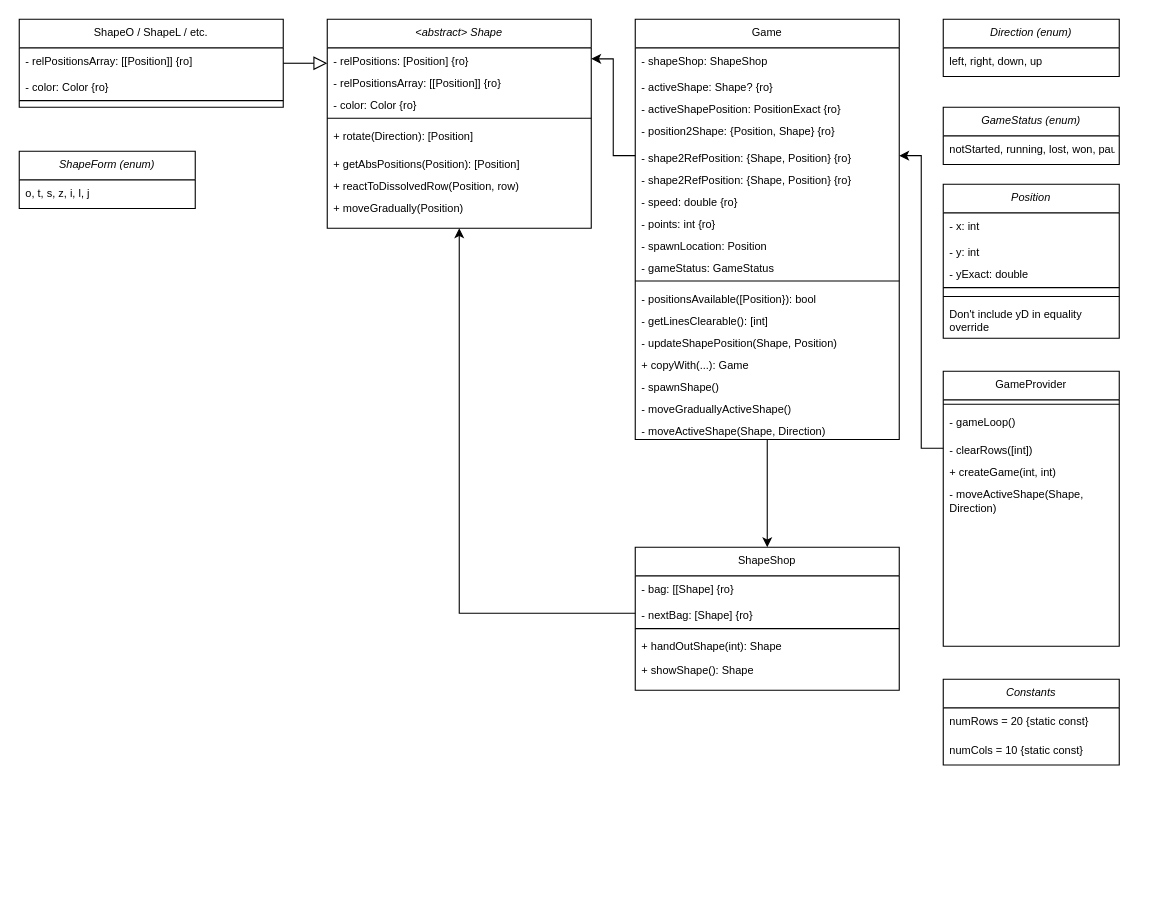
Above: documentation/classes.drawio in AUSoft-Kassel/tetris (draw.io), before the change. Source tidied: cells renumbered, new cells numbered last; positions are measured from the earlier drawing's top-left corner, leaving out a move shared by most shapes. Both pictures are drawn from the tidied source at 110%, with x=0, y=0 at pixel (19, 19).
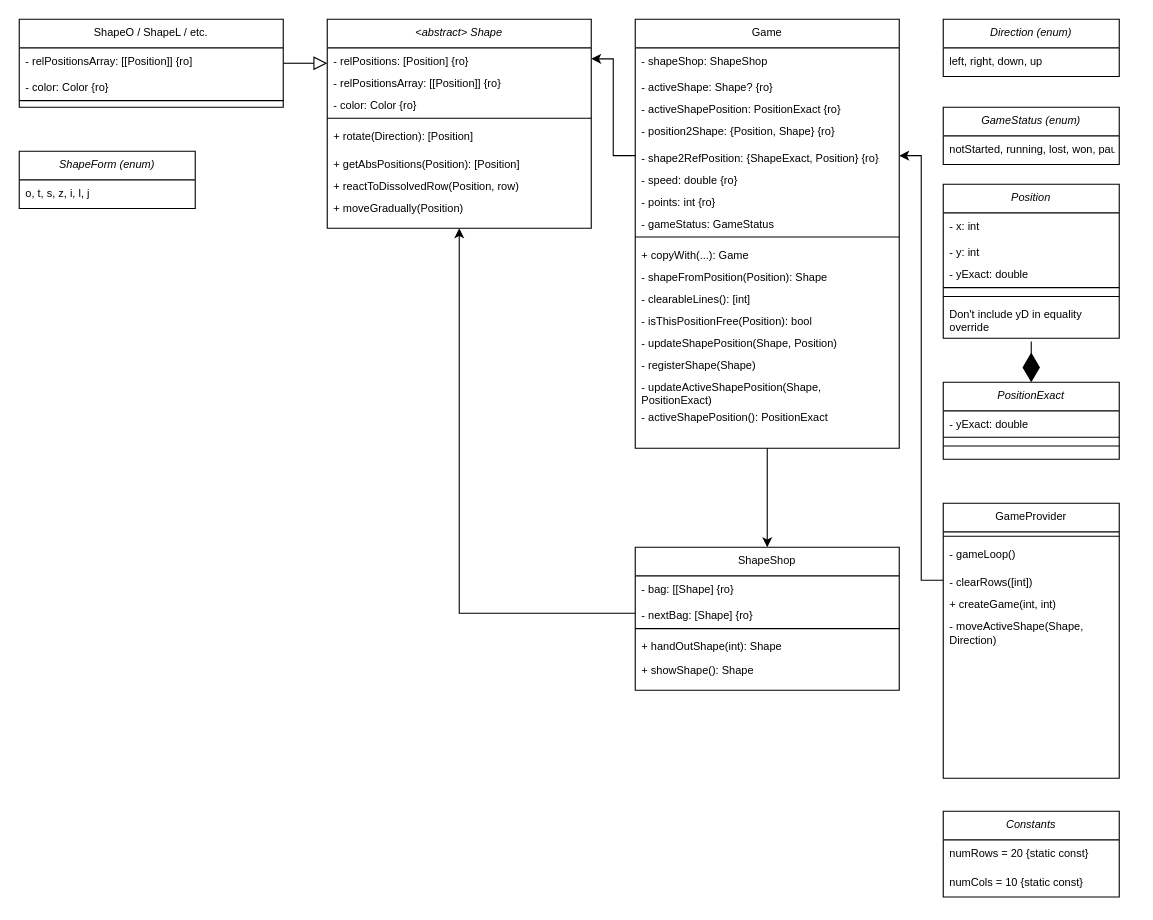
After the change.

Commit message:
classes schema

Change to the diagram source:
```diff
@@
     <mxCell id="19" value="Game" style="swimlane;fontStyle=0;align=center;verticalAlign=top;horizontal=1;startSize=26;rounded=0;shadow=0;strokeWidth=1;fontSize=10;" parent="1" vertex="1">
-      <mxGeometry x="560" width="240" height="382" as="geometry" />
+      <mxGeometry x="560" width="240" height="390" as="geometry" />
     </mxCell>
@@
-    <mxCell id="24" value="- shape2RefPosition: {Shape, Position} {ro}" style="text;align=left;verticalAlign=top;spacingLeft=4;spacingRight=4;overflow=hidden;points=[[0,0.5],[1,0.5]];portConstraint=eastwest;fontSize=10;" parent="19" vertex="1">
+    <mxCell id="24" value="- shape2RefPosition: {ShapeExact, Position} {ro}" style="text;align=left;verticalAlign=top;spacingLeft=4;spacingRight=4;overflow=hidden;points=[[0,0.5],[1,0.5]];portConstraint=eastwest;fontSize=10;" parent="19" vertex="1">
       <mxGeometry y="114" width="240" height="20" as="geometry" />
     </mxCell>
-    <mxCell id="25" value="- shape2RefPosition: {Shape, Position} {ro}" style="text;align=left;verticalAlign=top;spacingLeft=4;spacingRight=4;overflow=hidden;fontSize=10;" parent="19" vertex="1">
-      <mxGeometry y="134" width="240" height="20" as="geometry" />
-    </mxCell>
     <mxCell id="26" value="- speed: double {ro}" style="text;align=left;verticalAlign=top;spacingLeft=4;spacingRight=4;overflow=hidden;rounded=0;shadow=0;html=0;fontSize=10;" parent="19" vertex="1">
-      <mxGeometry y="154" width="240" height="20" as="geometry" />
+      <mxGeometry y="134" width="240" height="20" as="geometry" />
     </mxCell>
     <mxCell id="27" value="- points: int {ro}" style="text;align=left;verticalAlign=top;spacingLeft=4;spacingRight=4;overflow=hidden;rounded=0;shadow=0;html=0;fontSize=10;" parent="19" vertex="1">
-      <mxGeometry y="174" width="240" height="20" as="geometry" />
+      <mxGeometry y="154" width="240" height="20" as="geometry" />
     </mxCell>
-    <mxCell id="28" value="- spawnLocation: Position" style="text;align=left;verticalAlign=top;spacingLeft=4;spacingRight=4;overflow=hidden;rounded=0;shadow=0;html=0;fontSize=10;" parent="19" vertex="1">
-      <mxGeometry y="194" width="240" height="20" as="geometry" />
-    </mxCell>
     <mxCell id="29" value="- gameStatus: GameStatus" style="text;align=left;verticalAlign=top;spacingLeft=4;spacingRight=4;overflow=hidden;rounded=0;shadow=0;html=0;fontSize=10;" parent="19" vertex="1">
-      <mxGeometry y="214" width="240" height="20" as="geometry" />
+      <mxGeometry y="174" width="240" height="20" as="geometry" />
     </mxCell>
     <mxCell id="30" style="line;html=1;strokeWidth=1;align=left;verticalAlign=middle;spacingTop=-1;spacingLeft=3;spacingRight=3;labelPosition=right;fontSize=10;" parent="19" vertex="1">
-      <mxGeometry y="234" width="240" height="8" as="geometry" />
+      <mxGeometry y="194" width="240" height="8" as="geometry" />
     </mxCell>
+    <mxCell id="34" value="+ copyWith(...): Game" style="text;align=left;verticalAlign=top;spacingLeft=4;spacingRight=4;overflow=hidden;rounded=0;shadow=0;html=0;fontSize=10;whiteSpace=wrap;" parent="19" vertex="1">
+      <mxGeometry y="202" width="240" height="20" as="geometry" />
+    </mxCell>
-    <mxCell id="31" value="- positionsAvailable([Position}): bool" style="text;align=left;verticalAlign=top;spacingLeft=4;spacingRight=4;overflow=hidden;rounded=0;shadow=0;html=0;fontSize=10;whiteSpace=wrap;" parent="19" vertex="1">
-      <mxGeometry y="242" width="240" height="20" as="geometry" />
+    <mxCell id="31" value="- shapeFromPosition(Position): Shape" style="text;align=left;verticalAlign=top;spacingLeft=4;spacingRight=4;overflow=hidden;rounded=0;shadow=0;html=0;fontSize=10;whiteSpace=wrap;" parent="19" vertex="1">
+      <mxGeometry y="222" width="240" height="20" as="geometry" />
     </mxCell>
-    <mxCell id="32" value="- getLinesClearable(): [int]" style="text;align=left;verticalAlign=top;spacingLeft=4;spacingRight=4;overflow=hidden;rounded=0;shadow=0;html=0;fontSize=10;whiteSpace=wrap;" parent="19" vertex="1">
-      <mxGeometry y="262" width="240" height="20" as="geometry" />
+    <mxCell id="32" value="- clearableLines(): [int]" style="text;align=left;verticalAlign=top;spacingLeft=4;spacingRight=4;overflow=hidden;rounded=0;shadow=0;html=0;fontSize=10;whiteSpace=wrap;" parent="19" vertex="1">
+      <mxGeometry y="242" width="240" height="20" as="geometry" />
     </mxCell>
+    <mxCell id="67" value="- isThisPositionFree(Position): bool" style="text;align=left;verticalAlign=top;spacingLeft=4;spacingRight=4;overflow=hidden;rounded=0;shadow=0;html=0;fontSize=10;whiteSpace=wrap;" parent="19" vertex="1">
+      <mxGeometry y="262" width="240" height="20" as="geometry" />
+    </mxCell>
@@
-    <mxCell id="34" value="+ copyWith(...): Game" style="text;align=left;verticalAlign=top;spacingLeft=4;spacingRight=4;overflow=hidden;rounded=0;shadow=0;html=0;fontSize=10;whiteSpace=wrap;" parent="19" vertex="1">
-      <mxGeometry y="302" width="240" height="20" as="geometry" />
-    </mxCell>
-    <mxCell id="35" value="- spawnShape()" style="text;align=left;verticalAlign=top;spacingLeft=4;spacingRight=4;overflow=hidden;rounded=0;shadow=0;html=0;fontSize=10;whiteSpace=wrap;" parent="19" vertex="1">
-      <mxGeometry y="322" width="240" height="20" as="geometry" />
+    <mxCell id="35" value="- registerShape(Shape)" style="text;align=left;verticalAlign=top;spacingLeft=4;spacingRight=4;overflow=hidden;rounded=0;shadow=0;html=0;fontSize=10;whiteSpace=wrap;" parent="19" vertex="1">
+      <mxGeometry y="302" width="240" height="20" as="geometry" />
     </mxCell>
-    <mxCell id="36" value="- moveGraduallyActiveShape()" style="text;align=left;verticalAlign=top;spacingLeft=4;spacingRight=4;overflow=hidden;rounded=0;shadow=0;html=0;fontSize=10;whiteSpace=wrap;" parent="19" vertex="1">
-      <mxGeometry y="342" width="240" height="20" as="geometry" />
+    <mxCell id="36" value="- updateActiveShapePosition(Shape, PositionExact)" style="text;align=left;verticalAlign=top;spacingLeft=4;spacingRight=4;overflow=hidden;rounded=0;shadow=0;html=0;fontSize=10;whiteSpace=wrap;" parent="19" vertex="1">
+      <mxGeometry y="322" width="240" height="28" as="geometry" />
     </mxCell>
-    <mxCell id="37" value="- moveActiveShape(Shape, Direction)" style="text;align=left;verticalAlign=top;spacingLeft=4;spacingRight=4;overflow=hidden;rounded=0;shadow=0;html=0;fontSize=10;whiteSpace=wrap;" parent="19" vertex="1">
-      <mxGeometry y="362" width="240" height="20" as="geometry" />
-    </mxCell>
+    <mxCell id="68" value="- activeShapePosition(): PositionExact" style="text;align=left;verticalAlign=top;spacingLeft=4;spacingRight=4;overflow=hidden;rounded=0;shadow=0;html=0;fontSize=10;whiteSpace=wrap;" parent="19" vertex="1">
+      <mxGeometry y="350" width="240" height="20" as="geometry" />
+    </mxCell>
@@
     <mxCell id="45" value="GameProvider" style="swimlane;fontStyle=0;align=center;verticalAlign=top;horizontal=1;startSize=26;rounded=0;shadow=0;strokeWidth=1;fontSize=10;" parent="1" vertex="1">
-      <mxGeometry x="840" y="320" width="160" height="250" as="geometry" />
+      <mxGeometry x="840" y="440" width="160" height="250" as="geometry" />
     </mxCell>
@@
     <mxCell id="61" value="Constants" style="swimlane;fontStyle=2;align=center;verticalAlign=top;horizontal=1;startSize=26;rounded=0;shadow=0;strokeWidth=1;fontSize=10;" parent="1" vertex="1">
-      <mxGeometry x="840" y="600" width="160" height="78" as="geometry" />
+      <mxGeometry x="840" y="720" width="160" height="78" as="geometry" />
     </mxCell>
@@
+    <mxCell id="69" value="PositionExact" style="swimlane;fontStyle=2;align=center;verticalAlign=top;horizontal=1;startSize=26;rounded=0;shadow=0;strokeWidth=1;fontSize=10;" parent="1" vertex="1">
+      <mxGeometry x="840" y="330" width="160" height="70" as="geometry" />
+    </mxCell>
+    <mxCell id="70" value="- yExact: double" style="text;align=left;verticalAlign=top;spacingLeft=4;spacingRight=4;overflow=hidden;fontSize=10;" parent="69" vertex="1">
+      <mxGeometry y="26" width="160" height="20" as="geometry" />
+    </mxCell>
+    <mxCell id="71" style="line;html=1;strokeWidth=1;align=left;verticalAlign=middle;spacingTop=-1;spacingLeft=3;spacingRight=3;labelPosition=right;fontSize=10;" parent="69" vertex="1">
+      <mxGeometry y="46" width="160" height="8" as="geometry" />
+    </mxCell>
+    <mxCell id="72" style="line;html=1;strokeWidth=1;align=left;verticalAlign=middle;spacingTop=-1;spacingLeft=3;spacingRight=3;labelPosition=right;fontSize=10;" parent="69" vertex="1">
+      <mxGeometry y="54" width="160" height="8" as="geometry" />
+    </mxCell>
+    <mxCell id="73" style="endArrow=diamondThin;endFill=1;endSize=24;html=1;" parent="1" edge="1" target="69">
+      <mxGeometry relative="1" as="geometry">
+        <mxPoint x="920" y="293" as="sourcePoint" />
+      </mxGeometry>
+    </mxCell>
```
